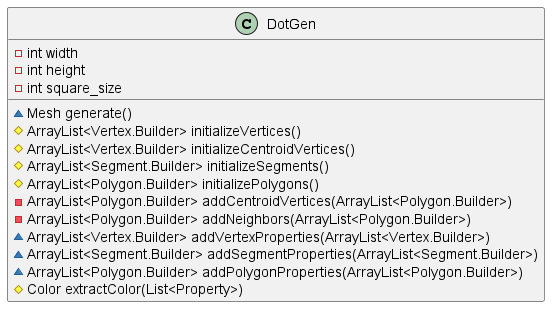
Above: diagrams/DotGen.png in AliMVirk/Island-Mesh-Generator (PlantUML), before the change.
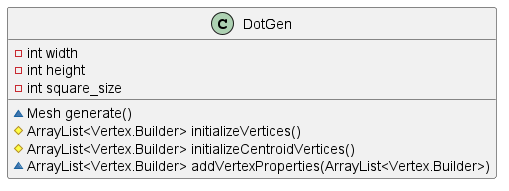
The same file after the commit.

Commit message:
Update class diagrams

What changed in the source:
```diff
@@ -7,14 +7,7 @@
     ~Mesh generate()
     #ArrayList<Vertex.Builder> initializeVertices()
     #ArrayList<Vertex.Builder> initializeCentroidVertices()
-    #ArrayList<Segment.Builder> initializeSegments()
-    #ArrayList<Polygon.Builder> initializePolygons()
-    -ArrayList<Polygon.Builder> addCentroidVertices(ArrayList<Polygon.Builder>)
-    -ArrayList<Polygon.Builder> addNeighbors(ArrayList<Polygon.Builder>)
     ~ArrayList<Vertex.Builder> addVertexProperties(ArrayList<Vertex.Builder>)
-    ~ArrayList<Segment.Builder> addSegmentProperties(ArrayList<Segment.Builder>)
-    ~ArrayList<Polygon.Builder> addPolygonProperties(ArrayList<Polygon.Builder>)
-    #Color extractColor(List<Property>)
 }
 
 @enduml
```
